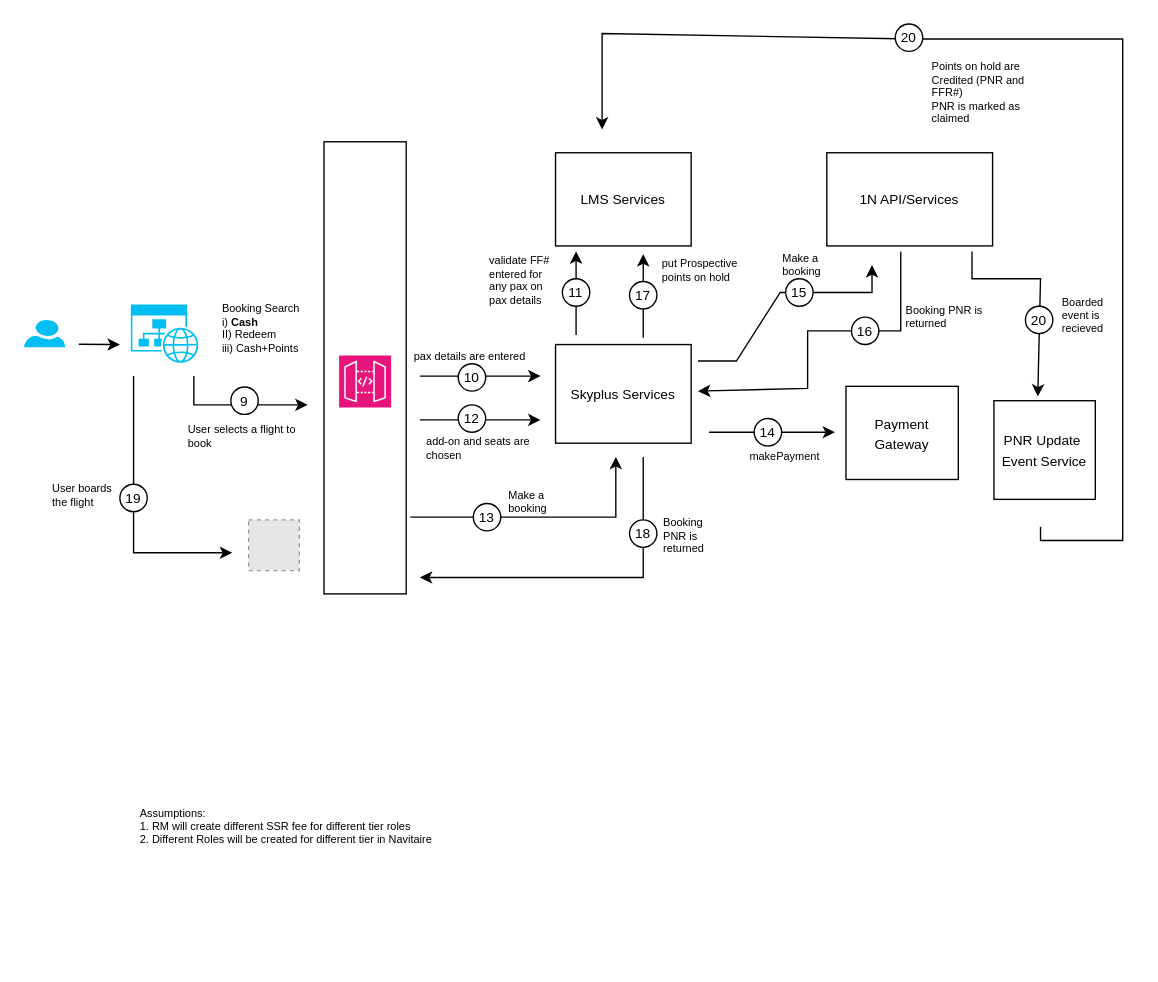
Before: page "Book" (2 of 2) of Earn_Booking_Flow.drawio in nchauhan4/drawings, a draw.io diagram. Source tidied: cells renumbered, new cells numbered last; positions are measured from the earlier drawing's top-left corner, leaving out a move shared by most shapes. Both pictures are drawn from the tidied source at 137%, with x=0, y=0 at pixel (23, 23). Pictures stored in the file or linked from it are replaced by grey dashed boxes.
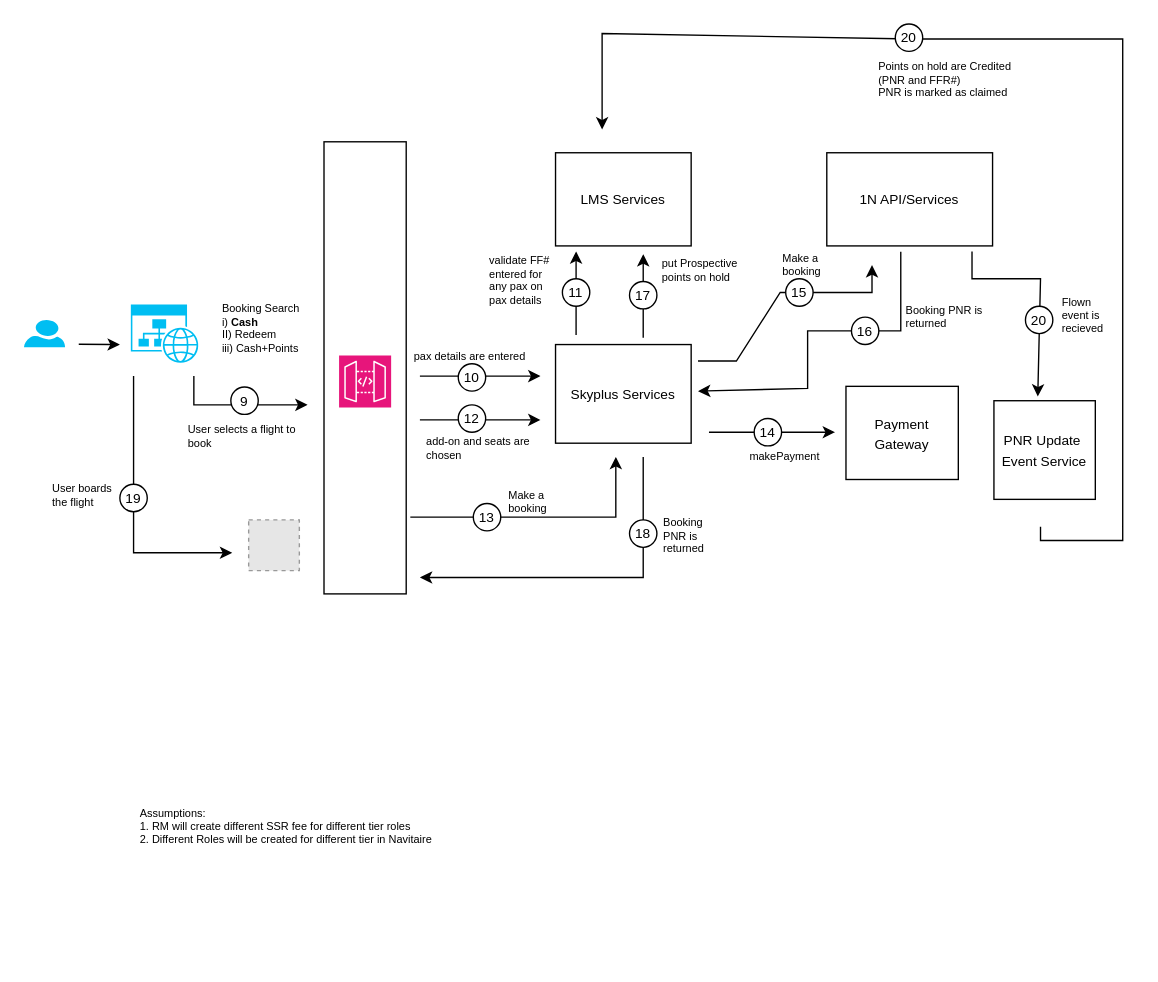
Above is the later version.

Diff of the diagram source:
```diff
@@
-    <mxCell id="64" value="Boarded event is recieved" style="text;html=1;strokeColor=none;fillColor=none;align=left;verticalAlign=top;whiteSpace=wrap;rounded=0;fontSize=8;" parent="1" vertex="1">
+    <mxCell id="64" value="Flown event is recieved" style="text;html=1;strokeColor=none;fillColor=none;align=left;verticalAlign=top;whiteSpace=wrap;rounded=0;fontSize=8;" parent="1" vertex="1">
       <mxGeometry x="756" y="192" width="36" height="54" as="geometry" />
     </mxCell>
@@
     <mxCell id="66" value="Points on hold are Credited (PNR and FFR#)&lt;div&gt;PNR is marked as claimed&lt;/div&gt;" style="text;html=1;strokeColor=none;fillColor=none;align=left;verticalAlign=top;whiteSpace=wrap;rounded=0;fontSize=8;" parent="1" vertex="1">
-      <mxGeometry x="661" y="20" width="74.2" height="57" as="geometry" />
+      <mxGeometry x="622" y="20" width="113.2" height="57" as="geometry" />
     </mxCell>
```
